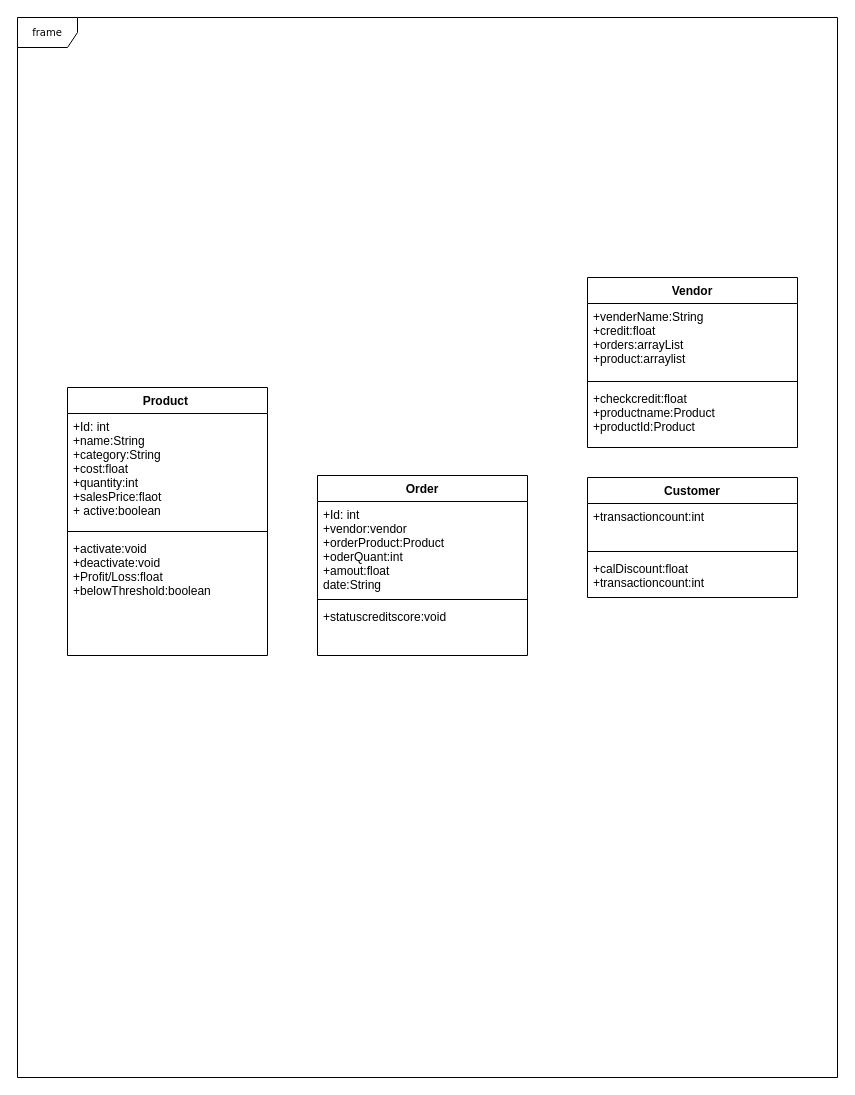
bhiogade/new-one keeps this draw.io diagram as Untitled Diagram.drawio. Above is the earlier version. Source tidied: cells renumbered, new cells numbered last; positions are measured from the earlier drawing's top-left corner, leaving out a move shared by most shapes. Both pictures are drawn from the tidied source at 100%, with x=0, y=0 at pixel (17, 17).
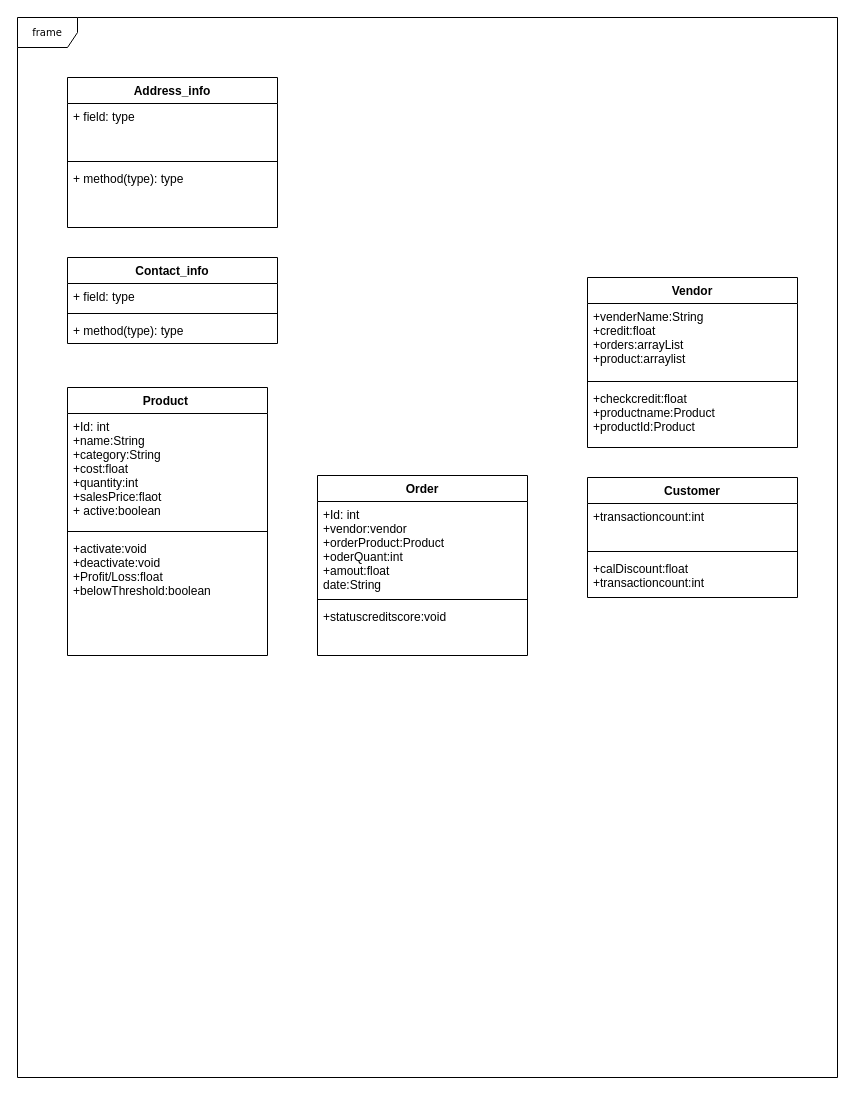
Above is the later version.

The edit, as a diff of the source:
```diff
@@
+    <mxCell id="19" value="Address_info" style="swimlane;fontStyle=1;align=center;verticalAlign=top;horizontal=1;startSize=26;fillColor=none;gradientColor=none;" parent="1" vertex="1">
+      <mxGeometry x="50" y="60" width="210" height="150" as="geometry" />
+    </mxCell>
+    <mxCell id="20" value="+ field: type" style="text;strokeColor=none;fillColor=none;align=left;verticalAlign=top;spacingLeft=4;spacingRight=4;overflow=hidden;" parent="19" vertex="1">
+      <mxGeometry y="26" width="210" height="54" as="geometry" />
+    </mxCell>
+    <mxCell id="21" style="line;strokeWidth=1;fillColor=none;align=left;verticalAlign=middle;spacingTop=-1;spacingLeft=3;spacingRight=3;labelPosition=right;" parent="19" vertex="1">
+      <mxGeometry y="80" width="210" height="8" as="geometry" />
+    </mxCell>
+    <mxCell id="22" value="+ method(type): type" style="text;strokeColor=none;fillColor=none;align=left;verticalAlign=top;spacingLeft=4;spacingRight=4;overflow=hidden;" parent="19" vertex="1">
+      <mxGeometry y="88" width="210" height="62" as="geometry" />
+    </mxCell>
+    <mxCell id="23" value="Contact_info" style="swimlane;fontStyle=1;align=center;verticalAlign=top;horizontal=1;startSize=26;fillColor=none;gradientColor=none;" parent="1" vertex="1">
+      <mxGeometry x="50" y="240" width="210" height="86" as="geometry" />
+    </mxCell>
+    <mxCell id="24" value="+ field: type" style="text;strokeColor=none;fillColor=none;align=left;verticalAlign=top;spacingLeft=4;spacingRight=4;overflow=hidden;" parent="23" vertex="1">
+      <mxGeometry y="26" width="210" height="26" as="geometry" />
+    </mxCell>
+    <mxCell id="25" style="line;strokeWidth=1;fillColor=none;align=left;verticalAlign=middle;spacingTop=-1;spacingLeft=3;spacingRight=3;labelPosition=right;" parent="23" vertex="1">
+      <mxGeometry y="52" width="210" height="8" as="geometry" />
+    </mxCell>
+    <mxCell id="26" value="+ method(type): type" style="text;strokeColor=none;fillColor=none;align=left;verticalAlign=top;spacingLeft=4;spacingRight=4;overflow=hidden;" parent="23" vertex="1">
+      <mxGeometry y="60" width="210" height="26" as="geometry" />
+    </mxCell>
```
